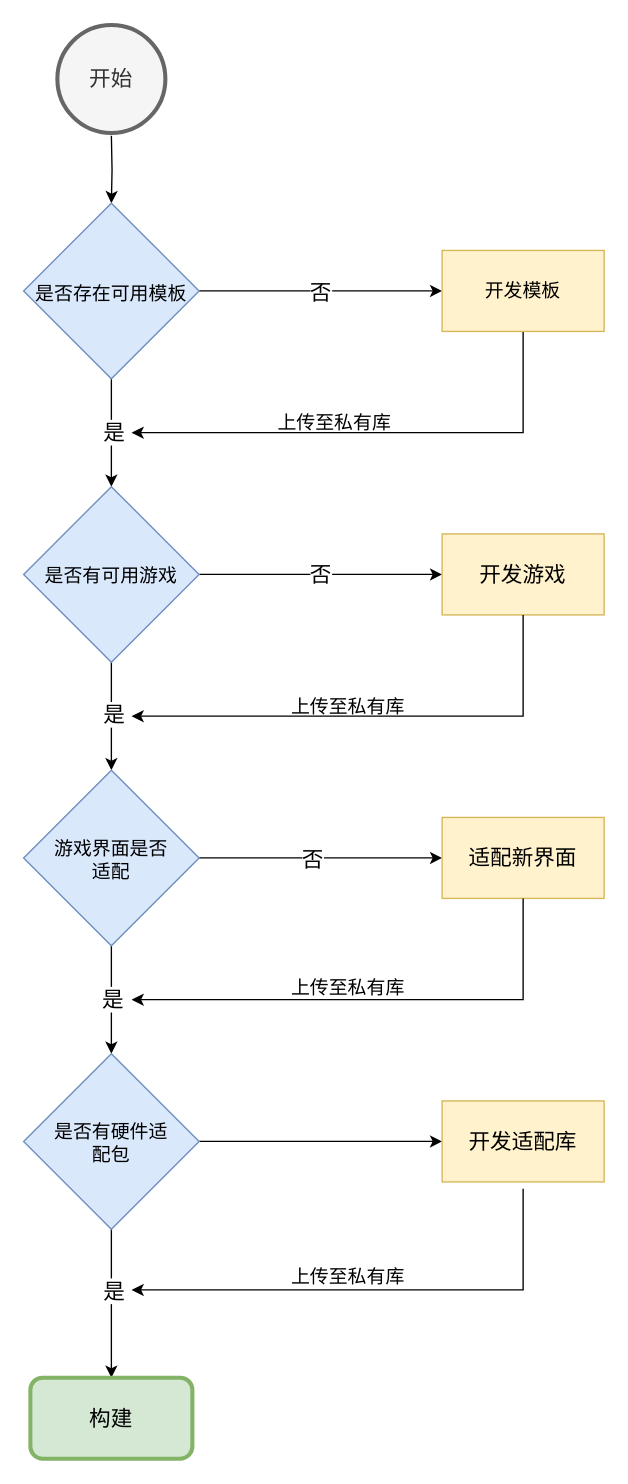
The draw.io diagram page "第 2 页" (2 of 2) of 终端软件架构demo.drawio in metre/images, before the edit. Source tidied: cells renumbered, new cells numbered last; positions are measured from the earlier drawing's top-left corner, leaving out a move shared by most shapes. Both pictures are drawn from the tidied source at 135%, with x=0, y=0 at pixel (23, 24).
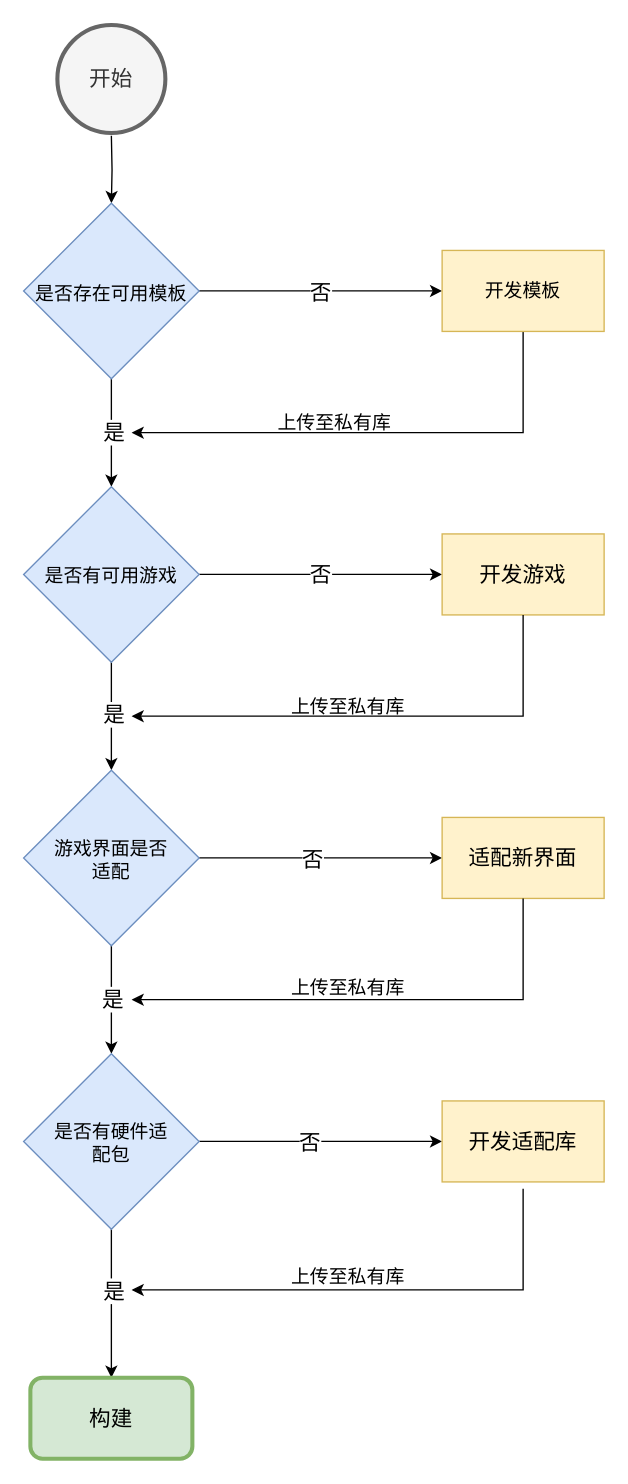
The same page after the edit.

Commit message:
更新终端软件架构demo.drawio

Unchanged cells that the change refers to:
```xml
<mxCell id="22" style="edgeStyle=orthogonalEdgeStyle;rounded=0;jettySize=auto;html=1;entryX=0;entryY=0.5;entryDx=0;entryDy=0;fontSize=16;" parent="1" edge="1" source="25" target="26">
  <mxGeometry relative="1" as="geometry" />
</mxCell>
```

What changed in the source:
```diff
@@
+    <mxCell id="34" value="否" style="edgeLabel;html=1;align=center;verticalAlign=middle;fontSize=16;" parent="22" vertex="1">
+      <mxGeometry x="-0.1" y="1" relative="1" as="geometry">
+        <mxPoint y="1" as="offset" />
+      </mxGeometry>
+    </mxCell>
```
